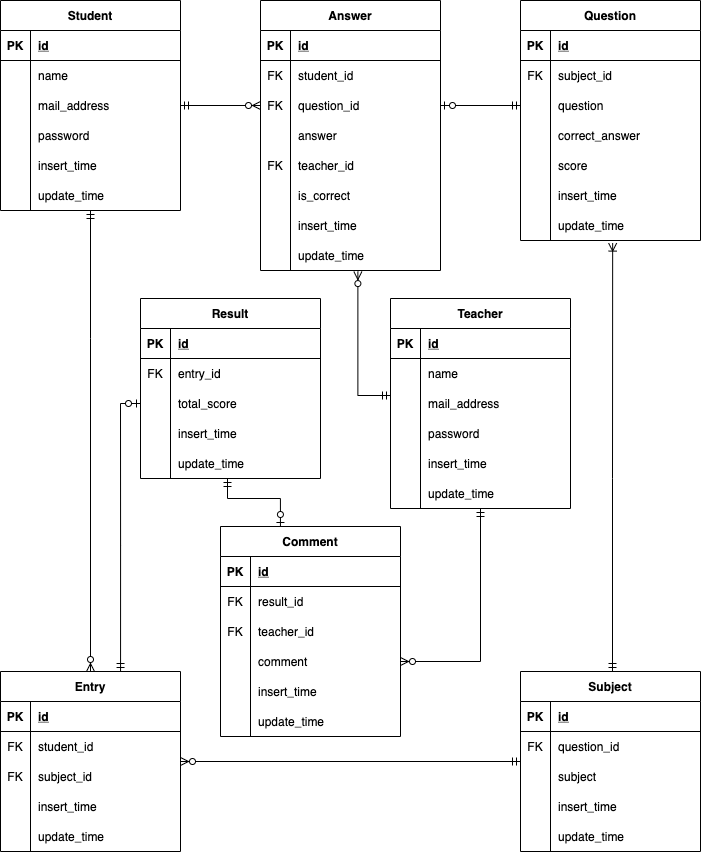
Before: 20210515haruyama/er.drawio.png, a diagram exported from draw.io (fulong-yuri18/db_design). Source tidied: cells renumbered, new cells last; positions are measured from the earlier drawing's top-left corner, leaving out a move shared by most shapes.
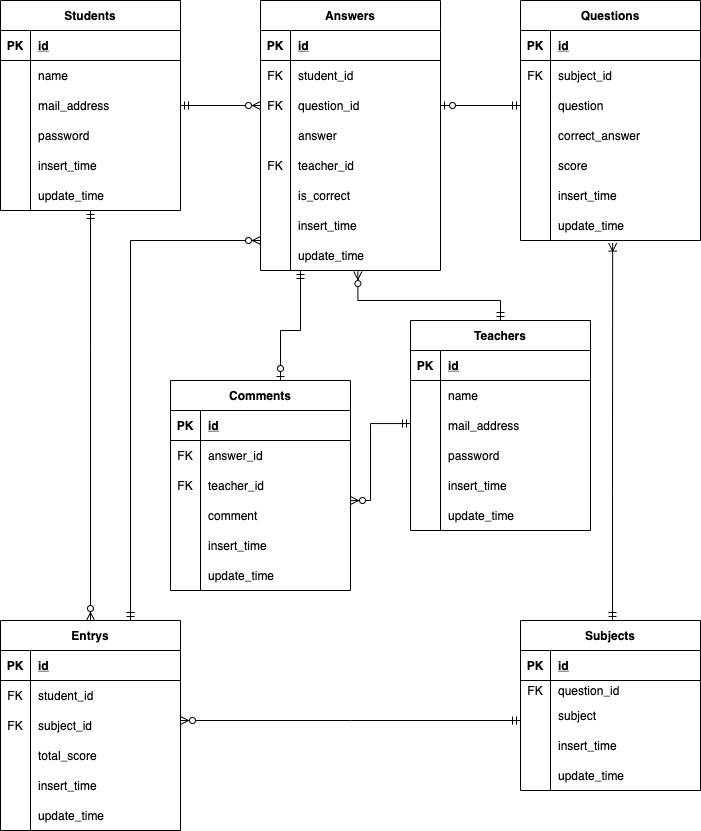
The same file after the commit.

Commit message:
回答一問を結果とみなしコメントを繋げるように修正

Diff of the diagram source:
```diff
@@ -2,8 +2,8 @@
   <root>
     <mxCell id="0" />
     <mxCell id="1" parent="0" />
-    <mxCell id="2" value="Answer" style="shape=table;startSize=30;rowLines=0;fontStyle=1;align=center;" parent="1" vertex="1">
-      <mxGeometry x="260" width="180" height="270" as="geometry" />
+    <mxCell id="2" value="Answers" style="shape=table;startSize=30;rowLines=0;fontStyle=1;align=center;" parent="1" vertex="1">
+      <mxGeometry x="260" y="-12" width="180" height="270" as="geometry" />
     </mxCell>
     <mxCell id="3" style="shape=partialRectangle;fillColor=none;top=0;left=0;bottom=1;right=0;" parent="2" vertex="1">
       <mxGeometry y="30" width="180" height="30" as="geometry" />
@@ -80,8 +80,8 @@
     <mxCell id="27" style="edgeStyle=orthogonalEdgeStyle;rounded=0;jettySize=auto;html=1;startArrow=ERmandOne;startFill=0;endArrow=ERzeroToMany;endFill=1;exitX=1;exitY=0.5;exitDx=0;exitDy=0;" parent="1" edge="1" source="35" target="9">
       <mxGeometry relative="1" as="geometry" />
     </mxCell>
-    <mxCell id="28" value="Student" style="shape=table;startSize=30;rowLines=0;fontStyle=1;align=center;" parent="1" vertex="1">
-      <mxGeometry width="180" height="210" as="geometry" />
+    <mxCell id="28" value="Students" style="shape=table;startSize=30;rowLines=0;fontStyle=1;align=center;" parent="1" vertex="1">
+      <mxGeometry y="-12" width="180" height="210" as="geometry" />
     </mxCell>
     <mxCell id="29" style="shape=partialRectangle;fillColor=none;top=0;left=0;bottom=1;right=0;" parent="28" vertex="1">
       <mxGeometry y="30" width="180" height="30" as="geometry" />
@@ -140,12 +140,13 @@
     <mxCell id="47" style="edgeStyle=orthogonalEdgeStyle;rounded=0;jettySize=auto;html=1;startArrow=ERmandOne;startFill=0;endArrow=ERzeroToMany;endFill=1;entryX=0.541;entryY=1.036;entryDx=0;entryDy=0;entryPerimeter=0;" parent="1" edge="1" source="48" target="24">
       <mxGeometry relative="1" as="geometry">
         <Array as="points">
-          <mxPoint x="357" y="395" />
+          <mxPoint x="500" y="288" />
+          <mxPoint x="357" y="288" />
         </Array>
       </mxGeometry>
     </mxCell>
-    <mxCell id="48" value="Teacher" style="shape=table;startSize=30;rowLines=0;fontStyle=1;align=center;" parent="1" vertex="1">
-      <mxGeometry x="390" y="298" width="180" height="210" as="geometry" />
+    <mxCell id="48" value="Teachers" style="shape=table;startSize=30;rowLines=0;fontStyle=1;align=center;" parent="1" vertex="1">
+      <mxGeometry x="410" y="308" width="180" height="210" as="geometry" />
     </mxCell>
     <mxCell id="49" style="shape=partialRectangle;fillColor=none;top=0;left=0;bottom=1;right=0;" parent="48" vertex="1">
       <mxGeometry y="30" width="180" height="30" as="geometry" />
@@ -201,56 +202,8 @@
     <mxCell id="66" value="update_time" style="shape=partialRectangle;fillColor=none;top=0;left=0;bottom=0;right=0;align=left;spacingLeft=6;overflow=hidden;" parent="64" vertex="1">
       <mxGeometry x="30" width="150" height="30" as="geometry" />
     </mxCell>
-    <mxCell id="67" value="Result" style="shape=table;startSize=30;rowLines=0;fontStyle=1;align=center;" parent="1" vertex="1">
-      <mxGeometry x="140" y="298" width="180" height="180" as="geometry" />
-    </mxCell>
-    <mxCell id="68" style="shape=partialRectangle;fillColor=none;top=0;left=0;bottom=1;right=0;" parent="67" vertex="1">
-      <mxGeometry y="30" width="180" height="30" as="geometry" />
-    </mxCell>
-    <mxCell id="69" value="PK" style="shape=partialRectangle;fillColor=none;top=0;left=0;bottom=0;right=0;fontStyle=1;overflow=hidden;" parent="68" vertex="1">
-      <mxGeometry width="30" height="30" as="geometry" />
-    </mxCell>
-    <mxCell id="70" value="id" style="shape=partialRectangle;fillColor=none;top=0;left=0;bottom=0;right=0;align=left;spacingLeft=6;fontStyle=5;overflow=hidden;" parent="68" vertex="1">
-      <mxGeometry x="30" width="150" height="30" as="geometry" />
-    </mxCell>
-    <mxCell id="71" style="shape=partialRectangle;fillColor=none;top=0;left=0;bottom=0;right=0;" parent="67" vertex="1">
-      <mxGeometry y="60" width="180" height="30" as="geometry" />
-    </mxCell>
-    <mxCell id="72" value="FK" style="shape=partialRectangle;fillColor=none;top=0;left=0;bottom=0;right=0;overflow=hidden;" parent="71" vertex="1">
-      <mxGeometry width="30" height="30" as="geometry" />
-    </mxCell>
-    <mxCell id="73" value="entry_id" style="shape=partialRectangle;fillColor=none;top=0;left=0;bottom=0;right=0;align=left;spacingLeft=6;overflow=hidden;" parent="71" vertex="1">
-      <mxGeometry x="30" width="150" height="30" as="geometry" />
-    </mxCell>
-    <mxCell id="74" style="shape=partialRectangle;fillColor=none;top=0;left=0;bottom=0;right=0;points=[[0,0.5],[1,0.5]];portConstraint=eastwest;" parent="67" vertex="1">
-      <mxGeometry y="90" width="180" height="30" as="geometry" />
-    </mxCell>
-    <mxCell id="75" style="shape=partialRectangle;fillColor=none;top=0;left=0;bottom=0;right=0;overflow=hidden;" parent="74" vertex="1">
-      <mxGeometry width="30" height="30" as="geometry" />
-    </mxCell>
-    <mxCell id="76" value="total_score" style="shape=partialRectangle;fillColor=none;top=0;left=0;bottom=0;right=0;align=left;spacingLeft=6;overflow=hidden;" parent="74" vertex="1">
-      <mxGeometry x="30" width="150" height="30" as="geometry" />
-    </mxCell>
-    <mxCell id="77" style="shape=partialRectangle;fillColor=none;top=0;left=0;bottom=0;right=0;" parent="67" vertex="1">
-      <mxGeometry y="120" width="180" height="30" as="geometry" />
-    </mxCell>
-    <mxCell id="78" style="shape=partialRectangle;fillColor=none;top=0;left=0;bottom=0;right=0;overflow=hidden;" parent="77" vertex="1">
-      <mxGeometry width="30" height="30" as="geometry" />
-    </mxCell>
-    <mxCell id="79" value="insert_time" style="shape=partialRectangle;fillColor=none;top=0;left=0;bottom=0;right=0;align=left;spacingLeft=6;overflow=hidden;" parent="77" vertex="1">
-      <mxGeometry x="30" width="150" height="30" as="geometry" />
-    </mxCell>
-    <mxCell id="80" style="shape=partialRectangle;fillColor=none;top=0;left=0;bottom=0;right=0;points=[[0,0.5],[1,0.5]];portConstraint=eastwest;" parent="67" vertex="1">
-      <mxGeometry y="150" width="180" height="30" as="geometry" />
-    </mxCell>
-    <mxCell id="81" style="shape=partialRectangle;fillColor=none;top=0;left=0;bottom=0;right=0;overflow=hidden;" parent="80" vertex="1">
-      <mxGeometry width="30" height="30" as="geometry" />
-    </mxCell>
-    <mxCell id="82" value="update_time" style="shape=partialRectangle;fillColor=none;top=0;left=0;bottom=0;right=0;align=left;spacingLeft=6;overflow=hidden;" parent="80" vertex="1">
-      <mxGeometry x="30" width="150" height="30" as="geometry" />
-    </mxCell>
-    <mxCell id="83" value="Comment" style="shape=table;startSize=30;rowLines=0;fontStyle=1;align=center;" parent="1" vertex="1">
-      <mxGeometry x="220" y="526" width="180" height="210" as="geometry" />
+    <mxCell id="83" value="Comments" style="shape=table;startSize=30;rowLines=0;fontStyle=1;align=center;" parent="1" vertex="1">
+      <mxGeometry x="170" y="368" width="180" height="210" as="geometry" />
     </mxCell>
     <mxCell id="84" style="shape=partialRectangle;fillColor=none;top=0;left=0;bottom=1;right=0;" parent="83" vertex="1">
       <mxGeometry y="30" width="180" height="30" as="geometry" />
@@ -267,7 +220,7 @@
     <mxCell id="88" value="FK" style="shape=partialRectangle;fillColor=none;top=0;left=0;bottom=0;right=0;overflow=hidden;" parent="87" vertex="1">
       <mxGeometry width="30" height="30" as="geometry" />
     </mxCell>
-    <mxCell id="89" value="result_id" style="shape=partialRectangle;fillColor=none;top=0;left=0;bottom=0;right=0;align=left;spacingLeft=6;overflow=hidden;" parent="87" vertex="1">
+    <mxCell id="89" value="answer_id" style="shape=partialRectangle;fillColor=none;top=0;left=0;bottom=0;right=0;align=left;spacingLeft=6;overflow=hidden;" parent="87" vertex="1">
       <mxGeometry x="30" width="150" height="30" as="geometry" />
     </mxCell>
     <mxCell id="90" style="shape=partialRectangle;fillColor=none;top=0;left=0;bottom=0;right=0;" parent="83" vertex="1">
@@ -306,8 +259,8 @@
     <mxCell id="101" value="update_time" style="shape=partialRectangle;fillColor=none;top=0;left=0;bottom=0;right=0;align=left;spacingLeft=6;overflow=hidden;" parent="99" vertex="1">
       <mxGeometry x="30" width="150" height="30" as="geometry" />
     </mxCell>
-    <mxCell id="102" value="Entry" style="shape=table;startSize=30;rowLines=0;fontStyle=1;align=center;" parent="1" vertex="1">
-      <mxGeometry y="671" width="180" height="180" as="geometry" />
+    <mxCell id="102" value="Entrys" style="shape=table;startSize=30;rowLines=0;fontStyle=1;align=center;" parent="1" vertex="1">
+      <mxGeometry y="608" width="180" height="210" as="geometry" />
     </mxCell>
     <mxCell id="103" style="shape=partialRectangle;fillColor=none;top=0;left=0;bottom=1;right=0;" parent="102" vertex="1">
       <mxGeometry y="30" width="180" height="30" as="geometry" />
@@ -336,8 +289,17 @@
     <mxCell id="111" value="subject_id" style="shape=partialRectangle;fillColor=none;top=0;left=0;bottom=0;right=0;align=left;spacingLeft=6;overflow=hidden;" parent="109" vertex="1">
       <mxGeometry x="30" width="150" height="30" as="geometry" />
     </mxCell>
+    <mxCell id="77" style="shape=partialRectangle;fillColor=none;top=0;left=0;bottom=0;right=0;" parent="102" vertex="1">
+      <mxGeometry y="120" width="180" height="30" as="geometry" />
+    </mxCell>
+    <mxCell id="163" style="shape=partialRectangle;fillColor=none;top=0;left=0;bottom=0;right=0;overflow=hidden;" parent="77" vertex="1">
+      <mxGeometry width="30" height="30" as="geometry" />
+    </mxCell>
+    <mxCell id="76" value="total_score" style="shape=partialRectangle;fillColor=none;top=0;left=0;bottom=0;right=0;align=left;spacingLeft=6;overflow=hidden;" parent="77" vertex="1">
+      <mxGeometry x="30" width="150" height="30" as="geometry" />
+    </mxCell>
     <mxCell id="112" style="shape=partialRectangle;fillColor=none;top=0;left=0;bottom=0;right=0;" parent="102" vertex="1">
-      <mxGeometry y="120" width="180" height="30" as="geometry" />
+      <mxGeometry y="150" width="180" height="30" as="geometry" />
     </mxCell>
     <mxCell id="113" style="shape=partialRectangle;fillColor=none;top=0;left=0;bottom=0;right=0;overflow=hidden;" parent="112" vertex="1">
       <mxGeometry width="30" height="30" as="geometry" />
@@ -346,7 +308,7 @@
       <mxGeometry x="30" width="150" height="30" as="geometry" />
     </mxCell>
     <mxCell id="115" style="shape=partialRectangle;fillColor=none;top=0;left=0;bottom=0;right=0;" parent="102" vertex="1">
-      <mxGeometry y="150" width="180" height="30" as="geometry" />
+      <mxGeometry y="180" width="180" height="30" as="geometry" />
     </mxCell>
     <mxCell id="116" style="shape=partialRectangle;fillColor=none;top=0;left=0;bottom=0;right=0;overflow=hidden;" parent="115" vertex="1">
       <mxGeometry width="30" height="30" as="geometry" />
@@ -370,8 +332,8 @@
         </Array>
       </mxGeometry>
     </mxCell>
-    <mxCell id="120" value="Subject" style="shape=table;startSize=30;rowLines=0;fontStyle=1;align=center;" parent="1" vertex="1">
-      <mxGeometry x="520" y="671" width="180" height="180" as="geometry" />
+    <mxCell id="120" value="Subjects" style="shape=table;startSize=30;rowLines=0;fontStyle=1;align=center;" parent="1" vertex="1">
+      <mxGeometry x="520" y="608" width="180" height="170" as="geometry" />
     </mxCell>
     <mxCell id="121" style="shape=partialRectangle;fillColor=none;top=0;left=0;bottom=1;right=0;" parent="120" vertex="1">
       <mxGeometry y="30" width="180" height="30" as="geometry" />
@@ -383,16 +345,16 @@
       <mxGeometry x="30" width="150" height="30" as="geometry" />
     </mxCell>
     <mxCell id="124" style="shape=partialRectangle;fillColor=none;top=0;left=0;bottom=0;right=0;" parent="120" vertex="1">
-      <mxGeometry y="60" width="180" height="30" as="geometry" />
+      <mxGeometry y="60" width="180" height="20" as="geometry" />
     </mxCell>
     <mxCell id="125" value="FK" style="shape=partialRectangle;fillColor=none;top=0;left=0;bottom=0;right=0;overflow=hidden;" parent="124" vertex="1">
-      <mxGeometry width="30" height="30" as="geometry" />
+      <mxGeometry width="30" height="20" as="geometry" />
     </mxCell>
     <mxCell id="126" value="question_id" style="shape=partialRectangle;fillColor=none;top=0;left=0;bottom=0;right=0;align=left;spacingLeft=6;overflow=hidden;" parent="124" vertex="1">
-      <mxGeometry x="30" width="150" height="30" as="geometry" />
+      <mxGeometry x="30" width="150" height="20" as="geometry" />
     </mxCell>
     <mxCell id="127" style="shape=partialRectangle;fillColor=none;top=0;left=0;bottom=0;right=0;" parent="120" vertex="1">
-      <mxGeometry y="90" width="180" height="30" as="geometry" />
+      <mxGeometry y="80" width="180" height="30" as="geometry" />
     </mxCell>
     <mxCell id="128" style="shape=partialRectangle;fillColor=none;top=0;left=0;bottom=0;right=0;overflow=hidden;" parent="127" vertex="1">
       <mxGeometry width="30" height="30" as="geometry" />
@@ -401,7 +363,7 @@
       <mxGeometry x="30" width="150" height="30" as="geometry" />
     </mxCell>
     <mxCell id="130" style="shape=partialRectangle;fillColor=none;top=0;left=0;bottom=0;right=0;" parent="120" vertex="1">
-      <mxGeometry y="120" width="180" height="30" as="geometry" />
+      <mxGeometry y="110" width="180" height="30" as="geometry" />
     </mxCell>
     <mxCell id="131" style="shape=partialRectangle;fillColor=none;top=0;left=0;bottom=0;right=0;overflow=hidden;" parent="130" vertex="1">
       <mxGeometry width="30" height="30" as="geometry" />
@@ -410,7 +372,7 @@
       <mxGeometry x="30" width="150" height="30" as="geometry" />
     </mxCell>
     <mxCell id="133" style="shape=partialRectangle;fillColor=none;top=0;left=0;bottom=0;right=0;" parent="120" vertex="1">
-      <mxGeometry y="150" width="180" height="30" as="geometry" />
+      <mxGeometry y="140" width="180" height="30" as="geometry" />
     </mxCell>
     <mxCell id="134" style="shape=partialRectangle;fillColor=none;top=0;left=0;bottom=0;right=0;overflow=hidden;" parent="133" vertex="1">
       <mxGeometry width="30" height="30" as="geometry" />
@@ -419,10 +381,15 @@
       <mxGeometry x="30" width="150" height="30" as="geometry" />
     </mxCell>
     <mxCell id="136" style="edgeStyle=orthogonalEdgeStyle;rounded=0;jettySize=auto;html=1;startArrow=ERzeroToMany;startFill=1;endArrow=ERmandOne;endFill=0;" parent="1" edge="1" source="102" target="120">
-      <mxGeometry relative="1" as="geometry" />
+      <mxGeometry relative="1" as="geometry">
+        <Array as="points">
+          <mxPoint x="350" y="708" />
+          <mxPoint x="350" y="708" />
+        </Array>
+      </mxGeometry>
     </mxCell>
-    <mxCell id="137" value="Question" style="shape=table;startSize=30;rowLines=0;fontStyle=1;align=center;" parent="1" vertex="1">
-      <mxGeometry x="520" width="180" height="240" as="geometry" />
+    <mxCell id="137" value="Questions" style="shape=table;startSize=30;rowLines=0;fontStyle=1;align=center;" parent="1" vertex="1">
+      <mxGeometry x="520" y="-12" width="180" height="240" as="geometry" />
     </mxCell>
     <mxCell id="138" style="shape=partialRectangle;fillColor=none;top=0;left=0;bottom=1;right=0;" parent="137" vertex="1">
       <mxGeometry y="30" width="180" height="30" as="geometry" />
@@ -490,19 +457,28 @@
     <mxCell id="159" style="edgeStyle=orthogonalEdgeStyle;rounded=0;jettySize=auto;html=1;entryX=1;entryY=0.5;entryDx=0;entryDy=0;startArrow=ERmandOne;startFill=0;endArrow=ERzeroToOne;endFill=1;" parent="1" edge="1" source="144" target="9">
       <mxGeometry relative="1" as="geometry" />
     </mxCell>
-    <mxCell id="160" style="edgeStyle=orthogonalEdgeStyle;rounded=0;jettySize=auto;html=1;entryX=0.333;entryY=0;entryDx=0;entryDy=0;startArrow=ERmandOne;startFill=0;endArrow=ERzeroToOne;endFill=1;entryPerimeter=0;" parent="1" edge="1" source="80" target="83">
+    <mxCell id="160" style="edgeStyle=orthogonalEdgeStyle;rounded=0;jettySize=auto;html=1;startArrow=ERmandOne;startFill=0;endArrow=ERzeroToOne;endFill=1;" parent="1" edge="1" source="2" target="83">
       <mxGeometry relative="1" as="geometry">
         <Array as="points">
-          <mxPoint x="227" y="498" />
-          <mxPoint x="280" y="498" />
+          <mxPoint x="300" y="318" />
+          <mxPoint x="280" y="318" />
         </Array>
       </mxGeometry>
     </mxCell>
     <mxCell id="161" style="edgeStyle=orthogonalEdgeStyle;rounded=0;jettySize=auto;html=1;startArrow=ERmandOne;startFill=0;endArrow=ERzeroToMany;endFill=1;" parent="1" edge="1" source="48" target="93">
-      <mxGeometry relative="1" as="geometry" />
+      <mxGeometry relative="1" as="geometry">
+        <Array as="points">
+          <mxPoint x="370" y="411" />
+          <mxPoint x="370" y="488" />
+        </Array>
+      </mxGeometry>
     </mxCell>
-    <mxCell id="162" style="edgeStyle=orthogonalEdgeStyle;rounded=0;jettySize=auto;html=1;entryX=0;entryY=0.5;entryDx=0;entryDy=0;startArrow=ERmandOne;startFill=0;endArrow=ERzeroToOne;endFill=1;exitX=0.667;exitY=0;exitDx=0;exitDy=0;exitPerimeter=0;" parent="1" edge="1" source="102" target="74">
-      <mxGeometry relative="1" as="geometry" />
+    <mxCell id="162" style="edgeStyle=orthogonalEdgeStyle;rounded=0;jettySize=auto;html=1;startArrow=ERmandOne;startFill=0;endArrow=ERzeroToMany;endFill=1;" parent="1" edge="1" source="102" target="21">
+      <mxGeometry relative="1" as="geometry">
+        <Array as="points">
+          <mxPoint x="130" y="228" />
+        </Array>
+      </mxGeometry>
     </mxCell>
   </root>
 </mxGraphModel>
```
